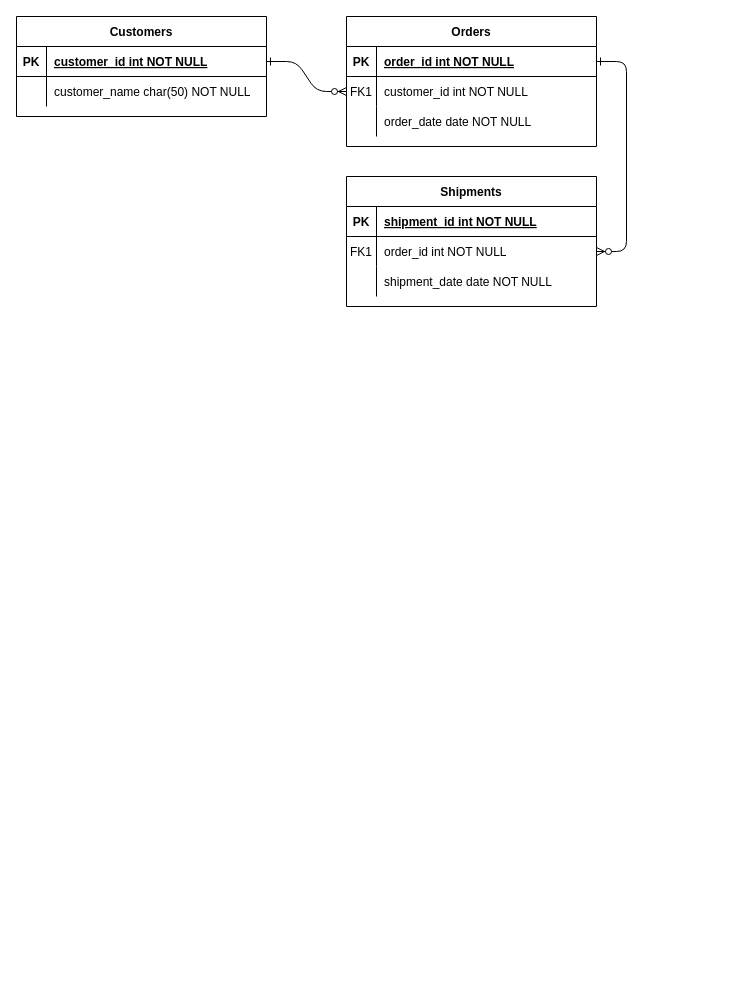
The draw.io diagram 名称未設定ファイル.drawio in Ryuto-A/Ryuto-A, before the edit. Source tidied: cells renumbered, new cells numbered last; positions are measured from the earlier drawing's top-left corner, leaving out a move shared by most shapes. Both pictures are drawn from the tidied source at 100%, with x=0, y=0 at pixel (16, 16).
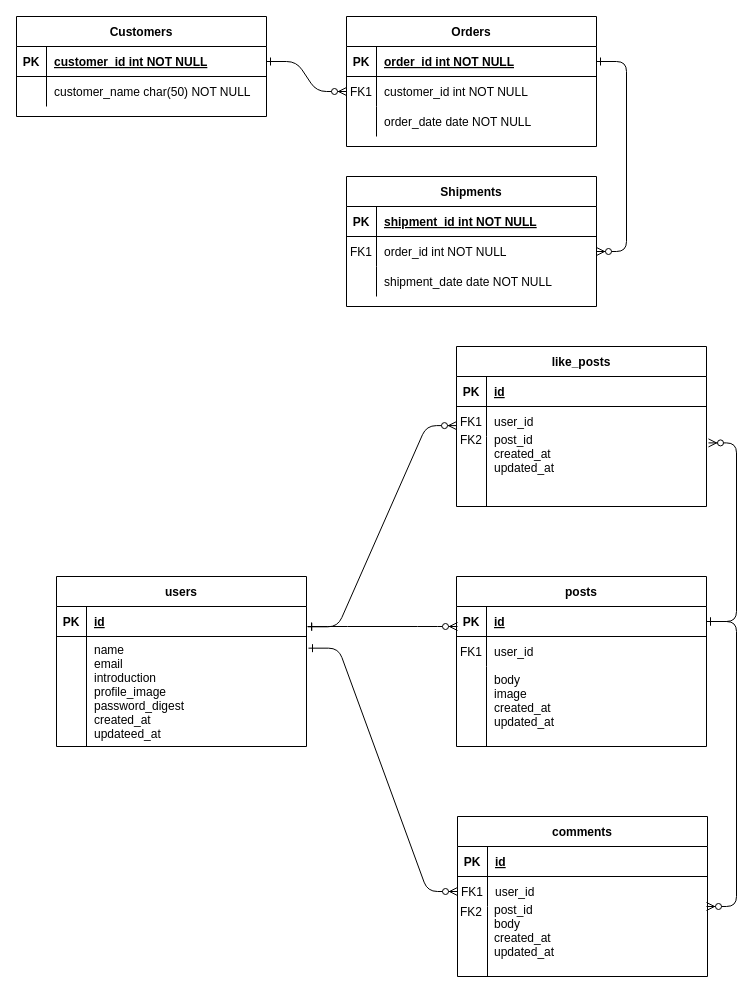
Above is the later version.

Commit message:
RUNTEQ DB・SQL基礎4〜7 ユーザー登録,つぶやき,コメント,いいね投稿機能.drawio を更新します

What changed in the source:
```diff
@@
+    <mxCell id="31" style="edgeStyle=entityRelationEdgeStyle;endArrow=ERzeroToMany;startArrow=ERone;endFill=1;startFill=0;" parent="1" edge="1">
+      <mxGeometry relative="1" as="geometry">
+        <mxPoint x="291" y="610" as="sourcePoint" />
+        <mxPoint x="441" y="610" as="targetPoint" />
+        <Array as="points">
+          <mxPoint x="371" y="545" />
+        </Array>
+      </mxGeometry>
+    </mxCell>
+    <mxCell id="32" style="edgeStyle=entityRelationEdgeStyle;endArrow=ERzeroToMany;startArrow=ERone;endFill=1;startFill=0;exitX=1;exitY=0.5;exitDx=0;exitDy=0;entryX=1;entryY=0.111;entryDx=0;entryDy=0;entryPerimeter=0;" parent="1" edge="1" source="34" target="60">
+      <mxGeometry relative="1" as="geometry">
+        <Array as="points">
+          <mxPoint x="700" y="890" />
+        </Array>
+      </mxGeometry>
+    </mxCell>
+    <mxCell id="33" value="posts" style="shape=table;startSize=30;childLayout=tableLayout;rowLines=0;fontStyle=1;align=center;" parent="1" vertex="1">
+      <mxGeometry x="440" y="560" width="250" height="170" as="geometry" />
+    </mxCell>
+    <mxCell id="34" style="shape=partialRectangle;fillColor=none;points=[[0,0.5],[1,0.5]];portConstraint=eastwest;top=0;left=0;right=0;bottom=1;" parent="33" vertex="1">
+      <mxGeometry y="30" width="250" height="30" as="geometry" />
+    </mxCell>
+    <mxCell id="35" value="PK" style="shape=partialRectangle;overflow=hidden;fillColor=none;top=0;left=0;bottom=0;right=0;fontStyle=1;" parent="34" vertex="1">
+      <mxGeometry width="30" height="30" as="geometry" />
+    </mxCell>
+    <mxCell id="36" value="id" style="shape=partialRectangle;overflow=hidden;fillColor=none;top=0;left=0;bottom=0;right=0;align=left;spacingLeft=6;fontStyle=5;" parent="34" vertex="1">
+      <mxGeometry x="30" width="220" height="30" as="geometry" />
+    </mxCell>
+    <mxCell id="37" style="shape=partialRectangle;fillColor=none;top=0;left=0;right=0;bottom=0;" parent="33" vertex="1">
+      <mxGeometry y="60" width="250" height="30" as="geometry" />
+    </mxCell>
+    <mxCell id="38" value="FK1" style="shape=partialRectangle;overflow=hidden;fillColor=none;top=0;left=0;bottom=0;right=0;" parent="37" vertex="1">
+      <mxGeometry width="30" height="30" as="geometry" />
+    </mxCell>
+    <mxCell id="39" value="user_id" style="shape=partialRectangle;overflow=hidden;fillColor=none;top=0;left=0;bottom=0;right=0;align=left;spacingLeft=6;" parent="37" vertex="1">
+      <mxGeometry x="30" width="220" height="30" as="geometry" />
+    </mxCell>
+    <mxCell id="40" style="shape=partialRectangle;fillColor=none;top=0;left=0;right=0;bottom=0;" parent="33" vertex="1">
+      <mxGeometry y="90" width="250" height="80" as="geometry" />
+    </mxCell>
+    <mxCell id="41" style="shape=partialRectangle;overflow=hidden;fillColor=none;top=0;left=0;bottom=0;right=0;" parent="40" vertex="1">
+      <mxGeometry width="30" height="80" as="geometry" />
+    </mxCell>
+    <mxCell id="42" value="body&#10;image&#10;created_at&#10;updated_at" style="shape=partialRectangle;overflow=hidden;fillColor=none;top=0;left=0;bottom=0;right=0;align=left;spacingLeft=6;verticalAlign=top;" parent="40" vertex="1">
+      <mxGeometry x="30" width="220" height="80" as="geometry" />
+    </mxCell>
+    <mxCell id="43" value="comments" style="shape=table;startSize=30;childLayout=tableLayout;rowLines=0;fontStyle=1;align=center;" parent="1" vertex="1">
+      <mxGeometry x="441" y="800" width="250" height="160" as="geometry" />
+    </mxCell>
+    <mxCell id="44" style="shape=partialRectangle;fillColor=none;top=0;left=0;right=0;bottom=1;" parent="43" vertex="1">
+      <mxGeometry y="30" width="250" height="30" as="geometry" />
+    </mxCell>
+    <mxCell id="45" value="PK" style="shape=partialRectangle;overflow=hidden;fillColor=none;top=0;left=0;bottom=0;right=0;fontStyle=1;" parent="44" vertex="1">
+      <mxGeometry width="30" height="30" as="geometry" />
+    </mxCell>
+    <mxCell id="46" value="id" style="shape=partialRectangle;overflow=hidden;fillColor=none;top=0;left=0;bottom=0;right=0;align=left;spacingLeft=6;fontStyle=5;" parent="44" vertex="1">
+      <mxGeometry x="30" width="220" height="30" as="geometry" />
+    </mxCell>
+    <mxCell id="47" style="shape=partialRectangle;fillColor=none;points=[[0,0.5],[1,0.5]];portConstraint=eastwest;top=0;left=0;right=0;bottom=0;" parent="43" vertex="1">
+      <mxGeometry y="60" width="250" height="30" as="geometry" />
+    </mxCell>
+    <mxCell id="48" value="FK1" style="shape=partialRectangle;overflow=hidden;fillColor=none;top=0;left=0;bottom=0;right=0;" parent="47" vertex="1">
+      <mxGeometry width="30" height="30" as="geometry" />
+    </mxCell>
+    <mxCell id="49" value="user_id" style="shape=partialRectangle;overflow=hidden;fillColor=none;top=0;left=0;bottom=0;right=0;align=left;spacingLeft=6;" parent="47" vertex="1">
+      <mxGeometry x="30" width="220" height="30" as="geometry" />
+    </mxCell>
+    <mxCell id="50" style="shape=partialRectangle;fillColor=none;top=0;left=0;right=0;bottom=0;" parent="43" vertex="1">
+      <mxGeometry y="90" width="250" height="70" as="geometry" />
+    </mxCell>
+    <mxCell id="51" style="shape=partialRectangle;overflow=hidden;fillColor=none;top=0;left=0;bottom=0;right=0;" parent="50" vertex="1">
+      <mxGeometry width="30" height="70" as="geometry" />
+    </mxCell>
+    <mxCell id="52" style="shape=partialRectangle;overflow=hidden;fillColor=none;top=0;left=0;bottom=0;right=0;align=left;spacingLeft=6;verticalAlign=top;" parent="50" vertex="1">
+      <mxGeometry x="30" width="220" height="70" as="geometry" />
+    </mxCell>
+    <mxCell id="53" value="users" style="shape=table;startSize=30;childLayout=tableLayout;rowLines=0;fontStyle=1;align=center;" parent="1" vertex="1">
+      <mxGeometry x="40" y="560" width="250" height="170" as="geometry" />
+    </mxCell>
+    <mxCell id="54" style="shape=partialRectangle;fillColor=none;points=[[0,0.5],[1,0.5]];portConstraint=eastwest;top=0;left=0;right=0;bottom=1;" parent="53" vertex="1">
+      <mxGeometry y="30" width="250" height="30" as="geometry" />
+    </mxCell>
+    <mxCell id="55" value="PK" style="shape=partialRectangle;overflow=hidden;fillColor=none;top=0;left=0;bottom=0;right=0;fontStyle=1;" parent="54" vertex="1">
+      <mxGeometry width="30" height="30" as="geometry" />
+    </mxCell>
+    <mxCell id="56" value="id" style="shape=partialRectangle;overflow=hidden;fillColor=none;top=0;left=0;bottom=0;right=0;align=left;spacingLeft=6;fontStyle=5;" parent="54" vertex="1">
+      <mxGeometry x="30" width="220" height="30" as="geometry" />
+    </mxCell>
+    <mxCell id="57" style="shape=partialRectangle;fillColor=none;points=[[0,0.5],[1,0.5]];portConstraint=eastwest;top=0;left=0;right=0;bottom=0;" parent="53" vertex="1">
+      <mxGeometry y="60" width="250" height="110" as="geometry" />
+    </mxCell>
+    <mxCell id="58" style="shape=partialRectangle;overflow=hidden;fillColor=none;top=0;left=0;bottom=0;right=0;" parent="57" vertex="1">
+      <mxGeometry width="30" height="110" as="geometry" />
+    </mxCell>
+    <mxCell id="59" value="name&#10;email&#10;introduction&#10;profile_image&#10;password_digest&#10;created_at&#10;updateed_at" style="shape=partialRectangle;overflow=hidden;fillColor=none;top=0;left=0;bottom=0;right=0;align=left;spacingLeft=6;" parent="57" vertex="1">
+      <mxGeometry x="30" width="220" height="110" as="geometry" />
+    </mxCell>
+    <mxCell id="60" style="shape=partialRectangle;fillColor=none;points=[[0,0.5],[1,0.5]];portConstraint=eastwest;top=0;left=0;right=0;bottom=0;" parent="1" vertex="1">
+      <mxGeometry x="440" y="880" width="250" height="90" as="geometry" />
+    </mxCell>
+    <mxCell id="61" value="FK2" style="shape=partialRectangle;overflow=hidden;fillColor=none;top=0;left=0;bottom=0;right=0;" parent="60" vertex="1">
+      <mxGeometry width="30" height="30" as="geometry" />
+    </mxCell>
+    <mxCell id="62" value="post_id&#10;body&#10;created_at&#10;updated_at" style="shape=partialRectangle;overflow=hidden;fillColor=none;top=0;left=0;bottom=0;right=0;align=left;spacingLeft=6;verticalAlign=top;" parent="60" vertex="1">
+      <mxGeometry x="30" width="220" height="90" as="geometry" />
+    </mxCell>
+    <mxCell id="63" style="edgeStyle=entityRelationEdgeStyle;endArrow=ERzeroToMany;startArrow=ERone;endFill=1;startFill=0;exitX=1.008;exitY=0.106;exitDx=0;exitDy=0;exitPerimeter=0;entryX=0;entryY=0.5;entryDx=0;entryDy=0;" parent="1" edge="1" source="57" target="47">
+      <mxGeometry relative="1" as="geometry">
+        <Array as="points">
+          <mxPoint x="290" y="634" />
+        </Array>
+      </mxGeometry>
+    </mxCell>
+    <mxCell id="64" value="like_posts" style="shape=table;startSize=30;childLayout=tableLayout;rowLines=0;fontStyle=1;align=center;" parent="1" vertex="1">
+      <mxGeometry x="440" y="330" width="250" height="160" as="geometry" />
+    </mxCell>
+    <mxCell id="65" style="shape=partialRectangle;fillColor=none;top=0;left=0;right=0;bottom=1;" parent="64" vertex="1">
+      <mxGeometry y="30" width="250" height="30" as="geometry" />
+    </mxCell>
+    <mxCell id="66" value="PK" style="shape=partialRectangle;overflow=hidden;fillColor=none;top=0;left=0;bottom=0;right=0;fontStyle=1;" parent="65" vertex="1">
+      <mxGeometry width="30" height="30" as="geometry" />
+    </mxCell>
+    <mxCell id="67" value="id" style="shape=partialRectangle;overflow=hidden;fillColor=none;top=0;left=0;bottom=0;right=0;align=left;spacingLeft=6;fontStyle=5;" parent="65" vertex="1">
+      <mxGeometry x="30" width="220" height="30" as="geometry" />
+    </mxCell>
+    <mxCell id="68" style="shape=partialRectangle;fillColor=none;top=0;left=0;right=0;bottom=0;" parent="64" vertex="1">
+      <mxGeometry y="60" width="250" height="30" as="geometry" />
+    </mxCell>
+    <mxCell id="69" value="FK1" style="shape=partialRectangle;overflow=hidden;fillColor=none;top=0;left=0;bottom=0;right=0;" parent="68" vertex="1">
+      <mxGeometry width="30" height="30" as="geometry" />
+    </mxCell>
+    <mxCell id="70" value="user_id" style="shape=partialRectangle;overflow=hidden;fillColor=none;top=0;left=0;bottom=0;right=0;align=left;spacingLeft=6;" parent="68" vertex="1">
+      <mxGeometry x="30" width="220" height="30" as="geometry" />
+    </mxCell>
+    <mxCell id="71" style="shape=partialRectangle;fillColor=none;top=0;left=0;right=0;bottom=0;" parent="64" vertex="1">
+      <mxGeometry y="90" width="250" height="70" as="geometry" />
+    </mxCell>
+    <mxCell id="72" style="shape=partialRectangle;overflow=hidden;fillColor=none;top=0;left=0;bottom=0;right=0;" parent="71" vertex="1">
+      <mxGeometry width="30" height="70" as="geometry" />
+    </mxCell>
+    <mxCell id="73" style="shape=partialRectangle;overflow=hidden;fillColor=none;top=0;left=0;bottom=0;right=0;align=left;spacingLeft=6;verticalAlign=top;" parent="71" vertex="1">
+      <mxGeometry x="30" width="220" height="70" as="geometry" />
+    </mxCell>
+    <mxCell id="74" style="shape=partialRectangle;fillColor=none;points=[[0,0.5],[1,0.5]];portConstraint=eastwest;top=0;left=0;right=0;bottom=0;" parent="1" vertex="1">
+      <mxGeometry x="440" y="410" width="250" height="80" as="geometry" />
+    </mxCell>
+    <mxCell id="75" value="FK2" style="shape=partialRectangle;overflow=hidden;fillColor=none;top=0;left=0;bottom=0;right=0;" parent="74" vertex="1">
+      <mxGeometry width="30" height="26.7" as="geometry" />
+    </mxCell>
+    <mxCell id="76" value="post_id&#10;created_at&#10;updated_at" style="shape=partialRectangle;overflow=hidden;fillColor=none;top=0;left=0;bottom=0;right=0;align=left;spacingLeft=6;verticalAlign=top;" parent="74" vertex="1">
+      <mxGeometry x="30" width="220" height="80" as="geometry" />
+    </mxCell>
+    <mxCell id="77" style="edgeStyle=entityRelationEdgeStyle;endArrow=ERzeroToMany;startArrow=ERone;endFill=1;startFill=0;exitX=1.005;exitY=0.677;exitDx=0;exitDy=0;exitPerimeter=0;" parent="1" edge="1" source="54">
+      <mxGeometry relative="1" as="geometry">
+        <mxPoint x="440" y="409.1" as="targetPoint" />
+        <Array as="points">
+          <mxPoint x="370" y="344.1" />
+          <mxPoint x="400" y="530" />
+          <mxPoint x="400" y="510" />
+        </Array>
+      </mxGeometry>
+    </mxCell>
+    <mxCell id="78" style="endArrow=ERzeroToMany;startArrow=ERone;endFill=1;startFill=0;edgeStyle=orthogonalEdgeStyle;entryX=1.008;entryY=0.205;entryDx=0;entryDy=0;entryPerimeter=0;" parent="1" edge="1" source="34" target="74">
+      <mxGeometry relative="1" as="geometry">
+        <Array as="points">
+          <mxPoint x="720" y="605" />
+          <mxPoint x="720" y="426" />
+        </Array>
+      </mxGeometry>
+    </mxCell>
```
